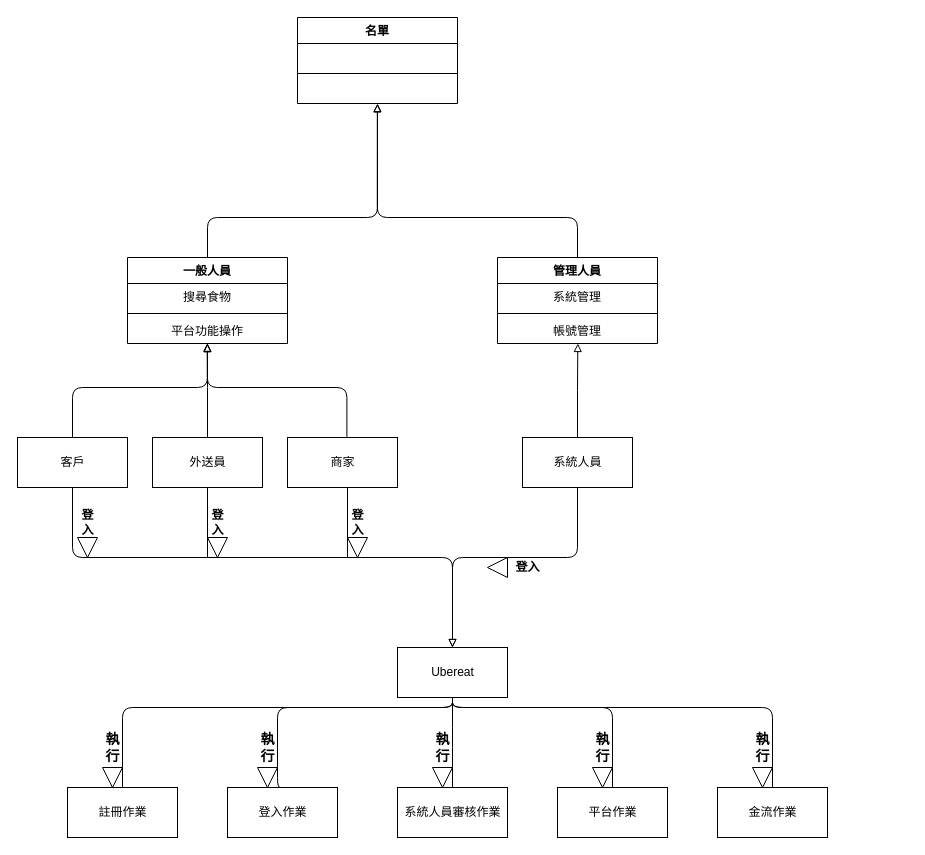
Above: draw1.drawio in 109111105/Newaaa (draw.io), before the change. Source tidied: cells renumbered, new cells numbered last; positions are measured from the earlier drawing's top-left corner, leaving out a move shared by most shapes. Both pictures are drawn from the tidied source at 100%, with x=0, y=0 at pixel (17, 17).
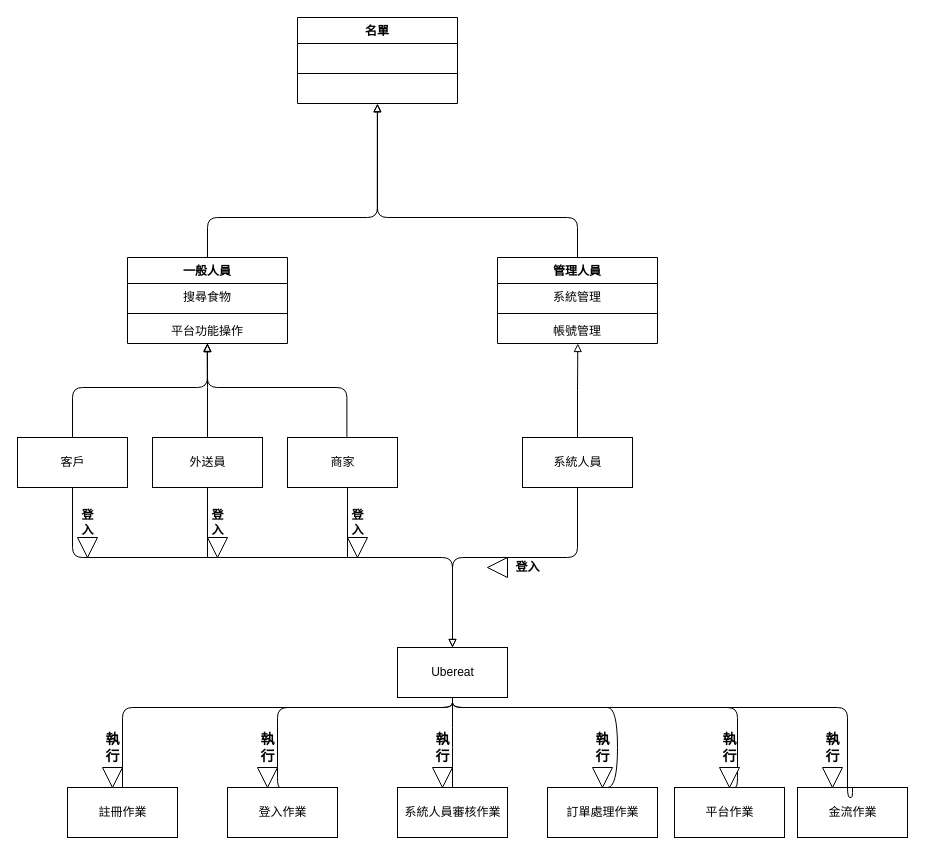
Above is the later version.

Unchanged cells that the change refers to:
```xml
<mxCell id="19" value="Ubereat" style="html=1;" parent="1" vertex="1">
  <mxGeometry x="380" y="630" width="110" height="50" as="geometry" />
</mxCell>
```

The edit, as a diff of the source:
```diff
@@
     <mxCell id="32" value="平台作業" style="html=1;" parent="1" vertex="1">
-      <mxGeometry x="540" y="770" width="110" height="50" as="geometry" />
+      <mxGeometry x="657" y="770" width="110" height="50" as="geometry" />
     </mxCell>
     <mxCell id="33" value="金流作業" style="html=1;" parent="1" vertex="1">
-      <mxGeometry x="700" y="770" width="110" height="50" as="geometry" />
+      <mxGeometry x="780" y="770" width="110" height="50" as="geometry" />
     </mxCell>
@@
     <mxCell id="37" style="edgeStyle=orthogonalEdgeStyle;rounded=1;jettySize=auto;html=1;exitX=0.5;exitY=1;exitDx=0;exitDy=0;endArrow=none;endFill=0;entryX=0.5;entryY=0;entryDx=0;entryDy=0;" parent="1" edge="1" source="19" target="32">
       <mxGeometry relative="1" as="geometry">
         <Array as="points">
           <mxPoint x="435" y="690" />
-          <mxPoint x="595" y="690" />
+          <mxPoint x="720" y="690" />
+          <mxPoint x="720" y="770" />
+          <mxPoint x="715" y="770" />
         </Array>
       </mxGeometry>
     </mxCell>
     <mxCell id="38" style="edgeStyle=orthogonalEdgeStyle;rounded=1;jettySize=auto;html=1;endArrow=none;endFill=0;entryX=0.5;entryY=0;entryDx=0;entryDy=0;exitX=0.5;exitY=1;exitDx=0;exitDy=0;" parent="1" edge="1" source="19" target="33">
       <mxGeometry relative="1" as="geometry">
         <Array as="points">
           <mxPoint x="435" y="690" />
-          <mxPoint x="755" y="690" />
+          <mxPoint x="830" y="690" />
+          <mxPoint x="830" y="780" />
         </Array>
       </mxGeometry>
     </mxCell>
@@
     <mxCell id="42" style="triangle;whiteSpace=wrap;html=1;rotation=90;" parent="1" vertex="1">
-      <mxGeometry x="575" y="750" width="20" height="20" as="geometry" />
+      <mxGeometry x="702" y="750" width="20" height="20" as="geometry" />
     </mxCell>
     <mxCell id="43" style="triangle;whiteSpace=wrap;html=1;rotation=90;" parent="1" vertex="1">
-      <mxGeometry x="735" y="750" width="20" height="20" as="geometry" />
+      <mxGeometry x="805" y="750" width="20" height="20" as="geometry" />
     </mxCell>
@@
     <mxCell id="55" value="&lt;b style=&quot;line-height: 1.2;&quot;&gt;&lt;font style=&quot;font-size: 14px;&quot;&gt;執&lt;br&gt;行&lt;/font&gt;&lt;/b&gt;" style="text;html=1;align=center;verticalAlign=middle;strokeColor=none;fillColor=none;" parent="1" vertex="1">
-      <mxGeometry x="570" y="710" width="30" height="40" as="geometry" />
+      <mxGeometry x="697" y="710" width="30" height="40" as="geometry" />
     </mxCell>
     <mxCell id="56" value="&lt;b style=&quot;line-height: 1.2;&quot;&gt;&lt;font style=&quot;font-size: 14px;&quot;&gt;執&lt;br&gt;行&lt;/font&gt;&lt;/b&gt;" style="text;html=1;align=center;verticalAlign=middle;strokeColor=none;fillColor=none;" parent="1" vertex="1">
-      <mxGeometry x="730" y="710" width="30" height="40" as="geometry" />
+      <mxGeometry x="800" y="710" width="30" height="40" as="geometry" />
     </mxCell>
+    <mxCell id="57" value="訂單處理作業" style="html=1;" parent="1" vertex="1">
+      <mxGeometry x="530" y="770" width="110" height="50" as="geometry" />
+    </mxCell>
+    <mxCell id="58" value="&lt;b style=&quot;line-height: 1.2;&quot;&gt;&lt;font style=&quot;font-size: 14px;&quot;&gt;執&lt;br&gt;行&lt;/font&gt;&lt;/b&gt;" style="text;html=1;align=center;verticalAlign=middle;strokeColor=none;fillColor=none;" parent="1" vertex="1">
+      <mxGeometry x="570" y="710" width="30" height="40" as="geometry" />
+    </mxCell>
+    <mxCell id="59" style="triangle;whiteSpace=wrap;html=1;rotation=90;" parent="1" vertex="1">
+      <mxGeometry x="575" y="750" width="20" height="20" as="geometry" />
+    </mxCell>
+    <mxCell id="60" style="shape=requiredInterface;html=1;verticalLabelPosition=bottom;sketch=0;" parent="1" vertex="1">
+      <mxGeometry x="590" y="690" width="10" height="80" as="geometry" />
+    </mxCell>
```
